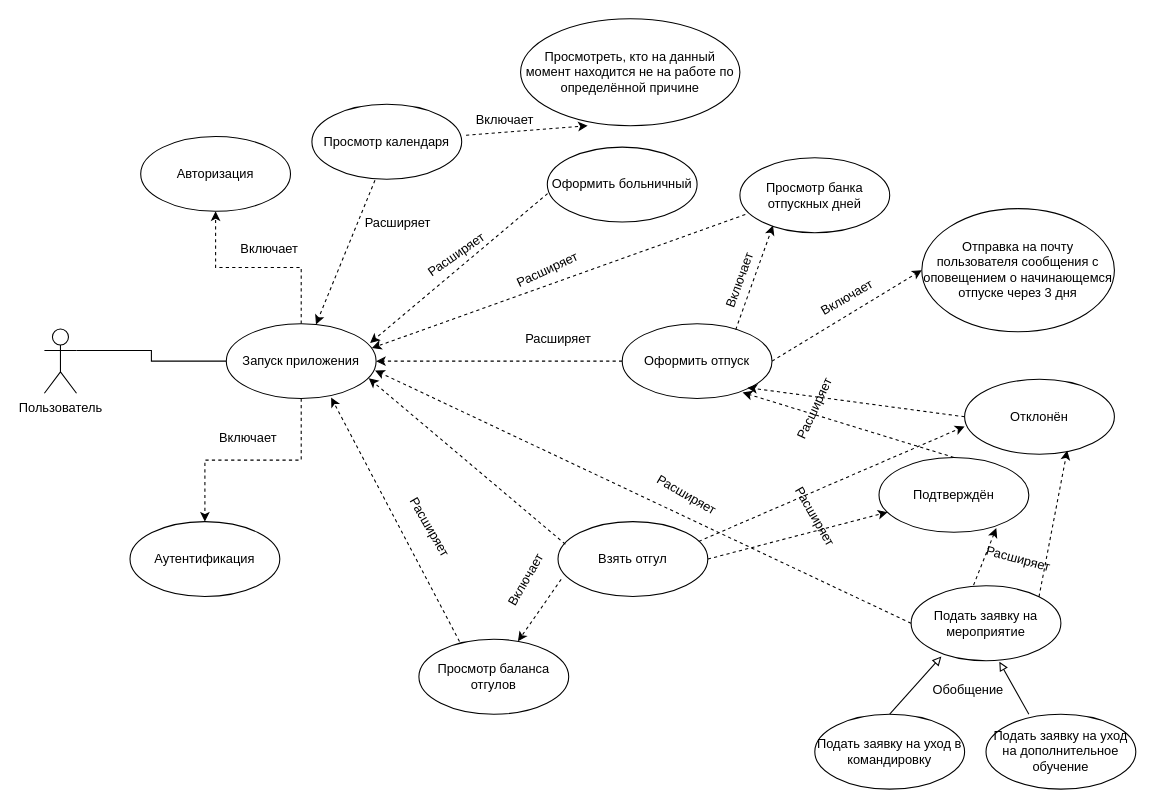
This is docs/Постановка целей и задач/UseCaseFlyV.drawio from frepsik/FlyV, a draw.io file, before an edit. Source tidied: cells renumbered, new cells numbered last; positions are measured from the earlier drawing's top-left corner, leaving out a move shared by most shapes. Both pictures are drawn from the tidied source at 107%, with x=0, y=0 at pixel (44, 18).
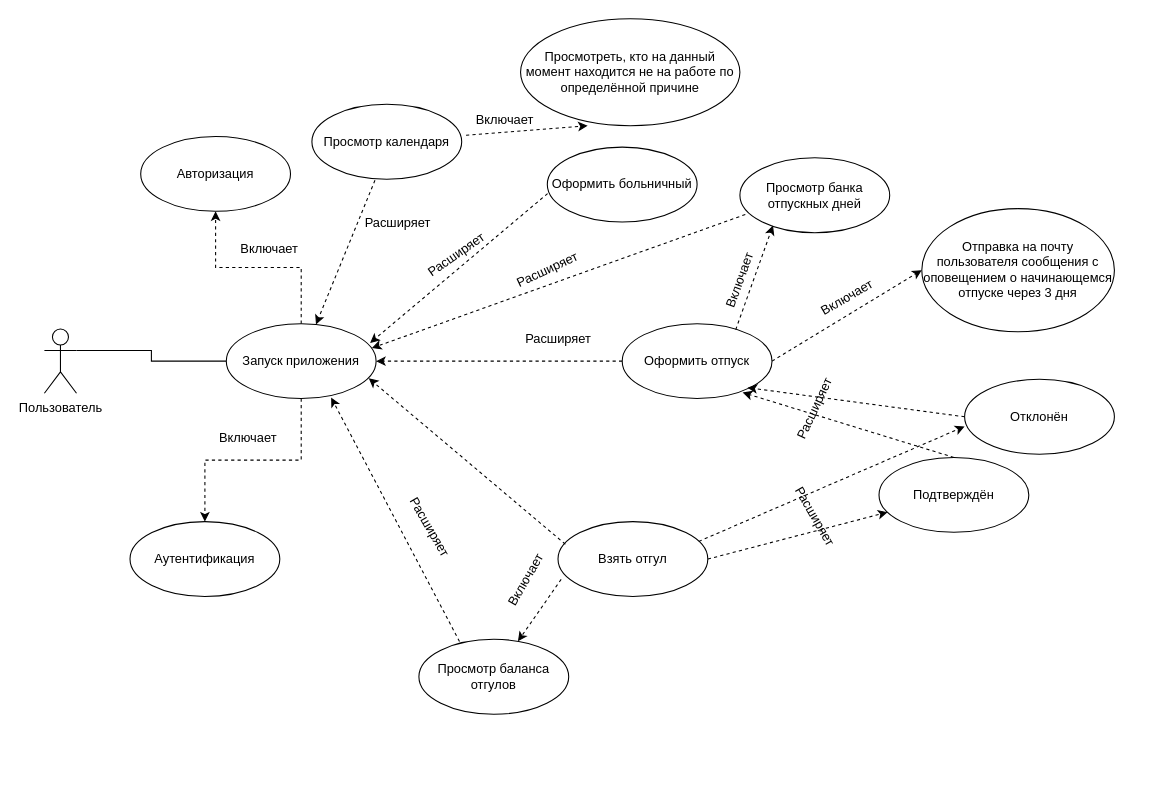
After the change.

Unchanged cells that the change refers to:
```xml
<mxCell id="6" value="Запуск приложения" style="ellipse;whiteSpace=wrap;html=1;" parent="1" vertex="1">
  <mxGeometry x="170" y="285" width="140" height="70" as="geometry" />
</mxCell>
<mxCell id="41" value="Подтверждён" style="ellipse;whiteSpace=wrap;html=1;" parent="1" vertex="1">
  <mxGeometry x="780" y="410" width="140" height="70" as="geometry" />
</mxCell>
<mxCell id="44" value="Отклонён" style="ellipse;whiteSpace=wrap;html=1;" parent="1" vertex="1">
  <mxGeometry x="860" y="337" width="140" height="70" as="geometry" />
</mxCell>
```

The edit, as a diff of the source:
```diff
@@
-    <mxCell id="16" value="Расширяет" style="text;html=1;align=center;verticalAlign=middle;strokeColor=none;fillColor=none;rotation=30;" parent="1" vertex="1">
-      <mxGeometry x="560" y="430" width="80" height="30" as="geometry" />
-    </mxCell>
@@
-    <mxCell id="37" value="Подать заявку на мероприятие" style="ellipse;whiteSpace=wrap;html=1;" parent="1" vertex="1">
-      <mxGeometry x="810" y="530" width="140" height="70" as="geometry" />
-    </mxCell>
-    <mxCell id="38" style="rounded=0;jettySize=auto;html=1;entryX=0.993;entryY=0.624;entryDx=0;entryDy=0;dashed=1;endArrow=classic;endFill=1;entryPerimeter=0;exitX=0;exitY=0.5;exitDx=0;exitDy=0;" parent="1" edge="1" source="37" target="6">
-      <mxGeometry relative="1" as="geometry" />
-    </mxCell>
@@
-    <mxCell id="46" value="Подать заявку на уход в командировку" style="ellipse;whiteSpace=wrap;html=1;" parent="1" vertex="1">
-      <mxGeometry x="720" y="650" width="140" height="70" as="geometry" />
-    </mxCell>
-    <mxCell id="47" value="Подать заявку на уход на дополнительное обучение" style="ellipse;whiteSpace=wrap;html=1;" parent="1" vertex="1">
-      <mxGeometry x="880" y="650" width="140" height="70" as="geometry" />
-    </mxCell>
-    <mxCell id="48" style="rounded=0;jettySize=auto;html=1;endArrow=block;endFill=0;exitX=0.5;exitY=0;exitDx=0;exitDy=0;entryX=0.202;entryY=0.943;entryDx=0;entryDy=0;entryPerimeter=0;" parent="1" edge="1" source="46" target="37">
-      <mxGeometry relative="1" as="geometry" />
-    </mxCell>
-    <mxCell id="49" style="rounded=0;jettySize=auto;html=1;endArrow=block;endFill=0;exitX=0.286;exitY=0;exitDx=0;exitDy=0;entryX=0.589;entryY=1.014;entryDx=0;entryDy=0;exitPerimeter=0;entryPerimeter=0;" parent="1" edge="1" source="47" target="37">
-      <mxGeometry relative="1" as="geometry" />
-    </mxCell>
-    <mxCell id="50" value="Обобщение" style="text;html=1;align=center;verticalAlign=middle;strokeColor=none;fillColor=none;" parent="1" vertex="1">
-      <mxGeometry x="818" y="613" width="90" height="30" as="geometry" />
-    </mxCell>
-    <mxCell id="51" style="rounded=0;jettySize=auto;html=1;entryX=0.783;entryY=0.943;entryDx=0;entryDy=0;dashed=1;endArrow=classic;endFill=1;entryPerimeter=0;exitX=0.417;exitY=-0.01;exitDx=0;exitDy=0;exitPerimeter=0;" parent="1" edge="1" source="37" target="41">
-      <mxGeometry relative="1" as="geometry" />
-    </mxCell>
-    <mxCell id="52" style="rounded=0;jettySize=auto;html=1;entryX=0.685;entryY=0.95;entryDx=0;entryDy=0;dashed=1;endArrow=classic;endFill=1;entryPerimeter=0;exitX=1;exitY=0;exitDx=0;exitDy=0;" parent="1" edge="1" source="37" target="44">
-      <mxGeometry relative="1" as="geometry" />
-    </mxCell>
@@
-    <mxCell id="56" value="Расширяет" style="text;html=1;align=center;verticalAlign=middle;strokeColor=none;fillColor=none;rotation=15;" parent="1" vertex="1">
-      <mxGeometry x="870" y="490" width="80" height="30" as="geometry" />
-    </mxCell>
```
